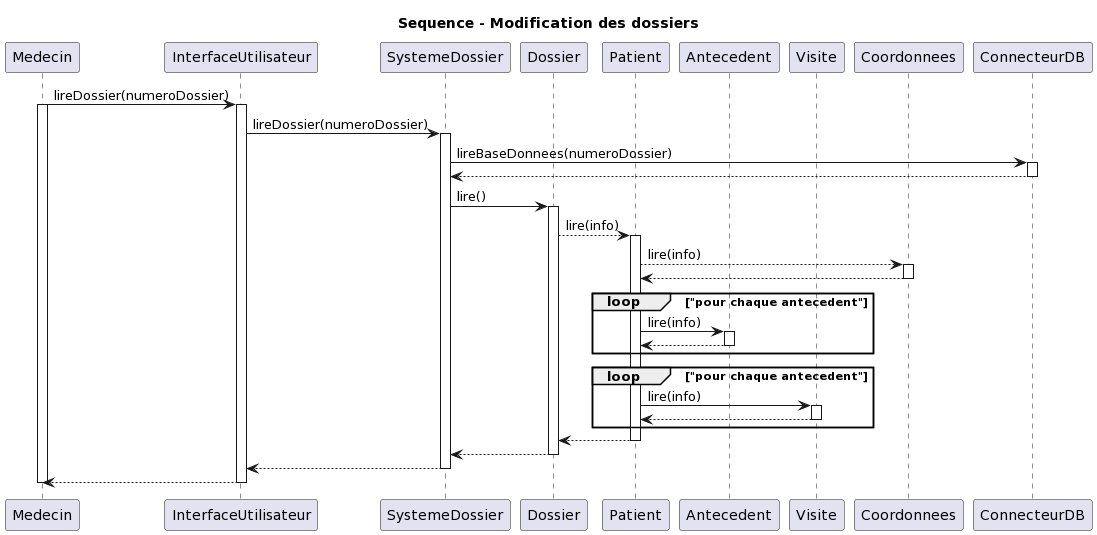
The PlantUML diagram diagrammes/SEQLIRE.png in vbrayuqam/projet-genielog, before a commit.
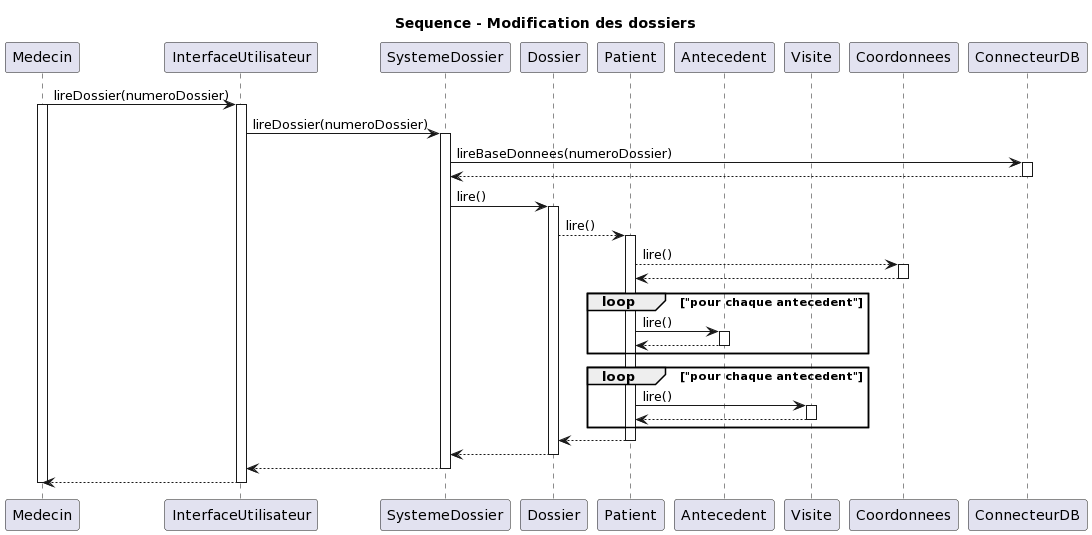
Later version of the same file.

Commit message:
modif seqlire

The edit, as a diff of the source:
```diff
@@ -26,9 +26,9 @@
 
 S -> D: lire()
 activate D
-D --> P: lire(info)
+D --> P: lire()
 activate P
-P --> C: lire(info)
+P --> C: lire()
 activate C
 C --> P
 deactivate C
@@ -36,14 +36,14 @@
 
 
 loop "pour chaque antecedent"
-  P -> A: lire(info)
+  P -> A: lire()
   activate A
   A --> P
   deactivate A
 end loop
 
 loop "pour chaque antecedent"
-  P -> V: lire(info)
+  P -> V: lire()
   activate V
   V --> P
   deactivate V
```
